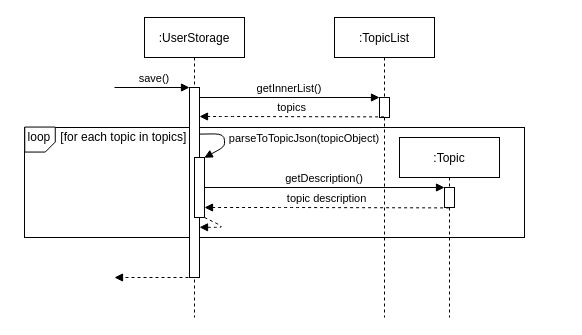
Before: docs/diagrams/UserStorage_save.drawio in nus-cs2113-AY2021S1/tp, a draw.io diagram. Source tidied: cells renumbered, new cells numbered last; positions are measured from the earlier drawing's top-left corner, leaving out a move shared by most shapes. Both pictures are drawn from the tidied source at 100%, with x=0, y=0 at pixel (22, 17).
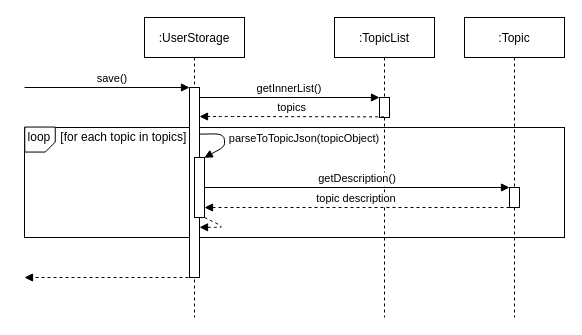
After the change.

Unchanged cells that the change refers to:
```xml
<mxCell id="5" value=":UserStorage" style="shape=umlLifeline;perimeter=lifelinePerimeter;rounded=0;shadow=0;strokeWidth=1;" parent="1" vertex="1">
  <mxGeometry x="122" width="100" height="300" as="geometry" />
</mxCell>
<mxCell id="6" style="points=[];perimeter=orthogonalPerimeter;rounded=0;shadow=0;strokeWidth=1;" parent="5" vertex="1">
  <mxGeometry x="45" y="70" width="10" height="190" as="geometry" />
</mxCell>
<mxCell id="8" style="points=[];perimeter=orthogonalPerimeter;rounded=0;shadow=0;strokeWidth=1;" parent="5" vertex="1">
  <mxGeometry x="50" y="140" width="10" height="60" as="geometry" />
</mxCell>
<mxCell id="9" value=":TopicList" style="shape=umlLifeline;perimeter=lifelinePerimeter;rounded=0;shadow=0;strokeWidth=1;" parent="1" vertex="1">
  <mxGeometry x="312" width="100" height="300" as="geometry" />
</mxCell>
```

Diff of the diagram source:
```diff
@@
     <mxCell id="2" style="rounded=0;whiteSpace=wrap;html=1;" parent="1" vertex="1">
-      <mxGeometry x="2" y="110" width="500" height="110" as="geometry" />
+      <mxGeometry x="2" y="110" width="540" height="110" as="geometry" />
     </mxCell>
@@
     <mxCell id="7" value="save()" style="verticalAlign=bottom;startArrow=none;endArrow=block;startSize=8;shadow=0;strokeWidth=1;startFill=0;" parent="5" edge="1" target="6">
       <mxGeometry x="0.07" relative="1" as="geometry">
-        <mxPoint x="-30" y="70" as="sourcePoint" />
+        <mxPoint x="-120" y="70" as="sourcePoint" />
       </mxGeometry>
     </mxCell>
@@
-    <mxCell id="11" value="topic description" style="verticalAlign=bottom;endArrow=block;shadow=0;strokeWidth=1;dashed=1;exitX=0.462;exitY=0.969;exitDx=0;exitDy=0;exitPerimeter=0;" parent="9" edge="1" target="8">
-      <mxGeometry relative="1" as="geometry">
-        <mxPoint x="114.6" y="190.4" as="sourcePoint" />
-        <Array as="points">
-          <mxPoint x="-45" y="190" />
-        </Array>
-      </mxGeometry>
-    </mxCell>
@@
     <mxCell id="15" value=":Topic" style="shape=umlLifeline;perimeter=lifelinePerimeter;rounded=0;shadow=0;strokeWidth=1;" parent="1" vertex="1">
-      <mxGeometry x="377" y="120" width="100" height="180" as="geometry" />
+      <mxGeometry x="442" width="100" height="300" as="geometry" />
     </mxCell>
     <mxCell id="16" style="points=[];perimeter=orthogonalPerimeter;rounded=0;shadow=0;strokeWidth=1;" parent="15" vertex="1">
-      <mxGeometry x="45" y="50" width="10" height="20" as="geometry" />
+      <mxGeometry x="45" y="170" width="10" height="20" as="geometry" />
     </mxCell>
@@
     <mxCell id="19" style="verticalAlign=bottom;endArrow=block;dashed=1;endSize=6;exitX=0.5;exitY=1;shadow=0;strokeWidth=1;exitDx=0;exitDy=0;exitPerimeter=0;endFill=1;" parent="1" edge="1">
       <mxGeometry relative="1" as="geometry">
         <mxPoint x="172" y="260" as="sourcePoint" />
-        <mxPoint x="92" y="260" as="targetPoint" />
+        <mxPoint x="2" y="260" as="targetPoint" />
       </mxGeometry>
     </mxCell>
+    <mxCell id="11" value="topic description" style="verticalAlign=bottom;endArrow=block;shadow=0;strokeWidth=1;dashed=1;" parent="1" edge="1" source="16" target="8">
+      <mxGeometry relative="1" as="geometry">
+        <Array as="points">
+          <mxPoint x="267" y="190" />
+        </Array>
+      </mxGeometry>
+    </mxCell>
```
